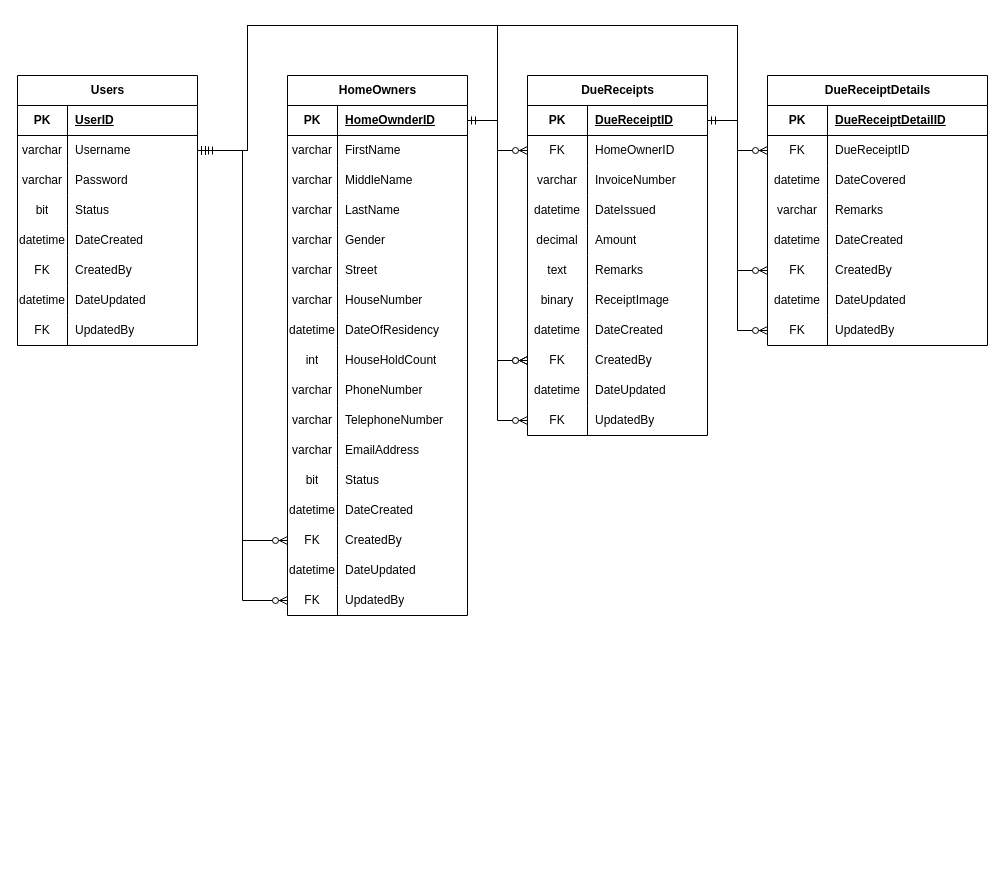
Above: ERD/Favihomas ERD.drawio in tatercodes/Favihomas (draw.io), before the change. Source tidied: cells renumbered, new cells numbered last; positions are measured from the earlier drawing's top-left corner, leaving out a move shared by most shapes. Both pictures are drawn from the tidied source at 100%, with x=0, y=0 at pixel (17, 25).
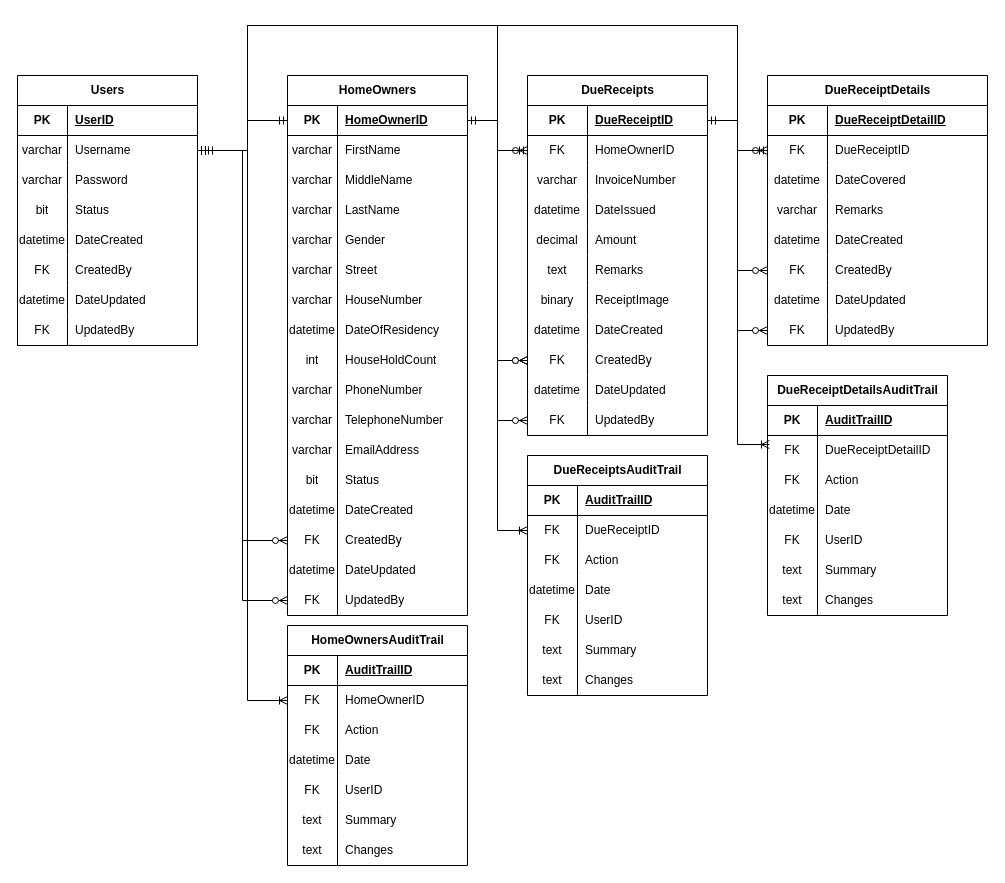
The same page after the edit.

Unchanged cells that the change refers to:
```xml
<mxCell id="3" style="shape=tableRow;horizontal=0;startSize=0;swimlaneHead=0;swimlaneBody=0;fillColor=none;points=[[0,0.5],[1,0.5]];portConstraint=eastwest;top=0;left=0;right=0;bottom=1;" parent="2" vertex="1">
  <mxGeometry y="30" width="180" height="30" as="geometry" />
</mxCell>
<mxCell id="58" style="shape=tableRow;horizontal=0;startSize=0;swimlaneHead=0;swimlaneBody=0;fillColor=none;points=[[0,0.5],[1,0.5]];portConstraint=eastwest;top=0;left=0;right=0;bottom=0;" parent="54" vertex="1">
  <mxGeometry y="60" width="180" height="30" as="geometry" />
</mxCell>
<mxCell id="92" style="shape=tableRow;horizontal=0;startSize=0;swimlaneHead=0;swimlaneBody=0;fillColor=none;points=[[0,0.5],[1,0.5]];portConstraint=eastwest;top=0;left=0;right=0;bottom=0;" parent="88" vertex="1">
  <mxGeometry y="60" width="220" height="30" as="geometry" />
</mxCell>
```

The edit, as a diff of the source:
```diff
@@
-    <mxCell id="5" value="HomeOwnderID" style="shape=partialRectangle;fillColor=none;top=0;left=0;bottom=0;right=0;align=left;spacingLeft=6;fontStyle=5;overflow=hidden;whiteSpace=wrap;html=1;" parent="3" vertex="1">
+    <mxCell id="5" value="HomeOwnerID" style="shape=partialRectangle;fillColor=none;top=0;left=0;bottom=0;right=0;align=left;spacingLeft=6;fontStyle=5;overflow=hidden;whiteSpace=wrap;html=1;" parent="3" vertex="1">
       <mxGeometry x="50" width="130" height="30" as="geometry" />
     </mxCell>
@@
+    <mxCell id="147" value="HomeOwnersAuditTrail" style="shape=table;startSize=30;childLayout=tableLayout;rowLines=0;fontStyle=1;align=center;html=1;" parent="1" vertex="1">
+      <mxGeometry x="270" y="600" width="180" height="240" as="geometry" />
+    </mxCell>
+    <mxCell id="148" style="shape=tableRow;horizontal=0;startSize=0;swimlaneHead=0;swimlaneBody=0;fillColor=none;top=0;left=0;right=0;bottom=1;" parent="147" vertex="1">
+      <mxGeometry y="30" width="180" height="30" as="geometry" />
+    </mxCell>
+    <mxCell id="149" value="PK" style="shape=partialRectangle;fillColor=none;top=0;left=0;bottom=0;right=0;fontStyle=1;overflow=hidden;whiteSpace=wrap;html=1;" parent="148" vertex="1">
+      <mxGeometry width="50" height="30" as="geometry" />
+    </mxCell>
+    <mxCell id="150" value="AuditTrailID" style="shape=partialRectangle;fillColor=none;top=0;left=0;bottom=0;right=0;align=left;spacingLeft=6;fontStyle=5;overflow=hidden;whiteSpace=wrap;html=1;" parent="148" vertex="1">
+      <mxGeometry x="50" width="130" height="30" as="geometry" />
+    </mxCell>
+    <mxCell id="151" style="shape=tableRow;horizontal=0;startSize=0;swimlaneHead=0;swimlaneBody=0;fillColor=none;points=[[0,0.5],[1,0.5]];portConstraint=eastwest;top=0;left=0;right=0;bottom=0;" parent="147" vertex="1">
+      <mxGeometry y="60" width="180" height="30" as="geometry" />
+    </mxCell>
+    <mxCell id="152" value="FK" style="shape=partialRectangle;fillColor=none;top=0;left=0;bottom=0;right=0;overflow=hidden;whiteSpace=wrap;html=1;" parent="151" vertex="1">
+      <mxGeometry width="50" height="30" as="geometry" />
+    </mxCell>
+    <mxCell id="153" value="HomeOwnerID" style="shape=partialRectangle;fillColor=none;top=0;left=0;bottom=0;right=0;align=left;spacingLeft=6;overflow=hidden;whiteSpace=wrap;html=1;" parent="151" vertex="1">
+      <mxGeometry x="50" width="130" height="30" as="geometry" />
+    </mxCell>
+    <mxCell id="154" style="shape=tableRow;horizontal=0;startSize=0;swimlaneHead=0;swimlaneBody=0;fillColor=none;top=0;left=0;right=0;bottom=0;" parent="147" vertex="1">
+      <mxGeometry y="90" width="180" height="30" as="geometry" />
+    </mxCell>
+    <mxCell id="155" value="FK" style="shape=partialRectangle;fillColor=none;top=0;left=0;bottom=0;right=0;overflow=hidden;whiteSpace=wrap;html=1;" parent="154" vertex="1">
+      <mxGeometry width="50" height="30" as="geometry" />
+    </mxCell>
+    <mxCell id="156" value="Action" style="shape=partialRectangle;fillColor=none;top=0;left=0;bottom=0;right=0;align=left;spacingLeft=6;overflow=hidden;whiteSpace=wrap;html=1;" parent="154" vertex="1">
+      <mxGeometry x="50" width="130" height="30" as="geometry" />
+    </mxCell>
+    <mxCell id="157" style="shape=tableRow;horizontal=0;startSize=0;swimlaneHead=0;swimlaneBody=0;fillColor=none;top=0;left=0;right=0;bottom=0;" parent="147" vertex="1">
+      <mxGeometry y="120" width="180" height="30" as="geometry" />
+    </mxCell>
+    <mxCell id="158" value="datetime" style="shape=partialRectangle;fillColor=none;top=0;left=0;bottom=0;right=0;overflow=hidden;whiteSpace=wrap;html=1;" parent="157" vertex="1">
+      <mxGeometry width="50" height="30" as="geometry" />
+    </mxCell>
+    <mxCell id="159" value="Date" style="shape=partialRectangle;fillColor=none;top=0;left=0;bottom=0;right=0;align=left;spacingLeft=6;overflow=hidden;whiteSpace=wrap;html=1;" parent="157" vertex="1">
+      <mxGeometry x="50" width="130" height="30" as="geometry" />
+    </mxCell>
+    <mxCell id="160" style="shape=tableRow;horizontal=0;startSize=0;swimlaneHead=0;swimlaneBody=0;fillColor=none;top=0;left=0;right=0;bottom=0;" parent="147" vertex="1">
+      <mxGeometry y="150" width="180" height="30" as="geometry" />
+    </mxCell>
+    <mxCell id="161" value="FK" style="shape=partialRectangle;fillColor=none;top=0;left=0;bottom=0;right=0;overflow=hidden;whiteSpace=wrap;html=1;" parent="160" vertex="1">
+      <mxGeometry width="50" height="30" as="geometry" />
+    </mxCell>
+    <mxCell id="162" value="UserID" style="shape=partialRectangle;fillColor=none;top=0;left=0;bottom=0;right=0;align=left;spacingLeft=6;overflow=hidden;whiteSpace=wrap;html=1;" parent="160" vertex="1">
+      <mxGeometry x="50" width="130" height="30" as="geometry" />
+    </mxCell>
+    <mxCell id="163" style="shape=tableRow;horizontal=0;startSize=0;swimlaneHead=0;swimlaneBody=0;fillColor=none;top=0;left=0;right=0;bottom=0;" parent="147" vertex="1">
+      <mxGeometry y="180" width="180" height="30" as="geometry" />
+    </mxCell>
+    <mxCell id="164" value="text" style="shape=partialRectangle;fillColor=none;top=0;left=0;bottom=0;right=0;overflow=hidden;whiteSpace=wrap;html=1;" parent="163" vertex="1">
+      <mxGeometry width="50" height="30" as="geometry" />
+    </mxCell>
+    <mxCell id="165" value="Summary" style="shape=partialRectangle;fillColor=none;top=0;left=0;bottom=0;right=0;align=left;spacingLeft=6;overflow=hidden;whiteSpace=wrap;html=1;" parent="163" vertex="1">
+      <mxGeometry x="50" width="130" height="30" as="geometry" />
+    </mxCell>
+    <mxCell id="166" style="shape=tableRow;horizontal=0;startSize=0;swimlaneHead=0;swimlaneBody=0;fillColor=none;top=0;left=0;right=0;bottom=0;" parent="147" vertex="1">
+      <mxGeometry y="210" width="180" height="30" as="geometry" />
+    </mxCell>
+    <mxCell id="167" value="text" style="shape=partialRectangle;fillColor=none;top=0;left=0;bottom=0;right=0;overflow=hidden;whiteSpace=wrap;html=1;" parent="166" vertex="1">
+      <mxGeometry width="50" height="30" as="geometry" />
+    </mxCell>
+    <mxCell id="168" value="Changes" style="shape=partialRectangle;fillColor=none;top=0;left=0;bottom=0;right=0;align=left;spacingLeft=6;overflow=hidden;whiteSpace=wrap;html=1;" parent="166" vertex="1">
+      <mxGeometry x="50" width="130" height="30" as="geometry" />
+    </mxCell>
+    <mxCell id="169" value="DueReceiptsAuditTrail" style="shape=table;startSize=30;childLayout=tableLayout;rowLines=0;fontStyle=1;align=center;html=1;" parent="1" vertex="1">
+      <mxGeometry x="510" y="430" width="180" height="240" as="geometry" />
+    </mxCell>
+    <mxCell id="170" style="shape=tableRow;horizontal=0;startSize=0;swimlaneHead=0;swimlaneBody=0;fillColor=none;top=0;left=0;right=0;bottom=1;" parent="169" vertex="1">
+      <mxGeometry y="30" width="180" height="30" as="geometry" />
+    </mxCell>
+    <mxCell id="171" value="PK" style="shape=partialRectangle;fillColor=none;top=0;left=0;bottom=0;right=0;fontStyle=1;overflow=hidden;whiteSpace=wrap;html=1;" parent="170" vertex="1">
+      <mxGeometry width="50" height="30" as="geometry" />
+    </mxCell>
+    <mxCell id="172" value="AuditTrailID" style="shape=partialRectangle;fillColor=none;top=0;left=0;bottom=0;right=0;align=left;spacingLeft=6;fontStyle=5;overflow=hidden;whiteSpace=wrap;html=1;" parent="170" vertex="1">
+      <mxGeometry x="50" width="130" height="30" as="geometry" />
+    </mxCell>
+    <mxCell id="173" style="shape=tableRow;horizontal=0;startSize=0;swimlaneHead=0;swimlaneBody=0;fillColor=none;points=[[0,0.5],[1,0.5]];portConstraint=eastwest;top=0;left=0;right=0;bottom=0;" parent="169" vertex="1">
+      <mxGeometry y="60" width="180" height="30" as="geometry" />
+    </mxCell>
+    <mxCell id="174" value="FK" style="shape=partialRectangle;fillColor=none;top=0;left=0;bottom=0;right=0;overflow=hidden;whiteSpace=wrap;html=1;" parent="173" vertex="1">
+      <mxGeometry width="50" height="30" as="geometry" />
+    </mxCell>
+    <mxCell id="175" value="DueReceiptID" style="shape=partialRectangle;fillColor=none;top=0;left=0;bottom=0;right=0;align=left;spacingLeft=6;overflow=hidden;whiteSpace=wrap;html=1;" parent="173" vertex="1">
+      <mxGeometry x="50" width="130" height="30" as="geometry" />
+    </mxCell>
+    <mxCell id="176" style="shape=tableRow;horizontal=0;startSize=0;swimlaneHead=0;swimlaneBody=0;fillColor=none;top=0;left=0;right=0;bottom=0;" parent="169" vertex="1">
+      <mxGeometry y="90" width="180" height="30" as="geometry" />
+    </mxCell>
+    <mxCell id="177" value="FK" style="shape=partialRectangle;fillColor=none;top=0;left=0;bottom=0;right=0;overflow=hidden;whiteSpace=wrap;html=1;" parent="176" vertex="1">
+      <mxGeometry width="50" height="30" as="geometry" />
+    </mxCell>
+    <mxCell id="178" value="Action" style="shape=partialRectangle;fillColor=none;top=0;left=0;bottom=0;right=0;align=left;spacingLeft=6;overflow=hidden;whiteSpace=wrap;html=1;" parent="176" vertex="1">
+      <mxGeometry x="50" width="130" height="30" as="geometry" />
+    </mxCell>
+    <mxCell id="179" style="shape=tableRow;horizontal=0;startSize=0;swimlaneHead=0;swimlaneBody=0;fillColor=none;top=0;left=0;right=0;bottom=0;" parent="169" vertex="1">
+      <mxGeometry y="120" width="180" height="30" as="geometry" />
+    </mxCell>
+    <mxCell id="180" value="datetime" style="shape=partialRectangle;fillColor=none;top=0;left=0;bottom=0;right=0;overflow=hidden;whiteSpace=wrap;html=1;" parent="179" vertex="1">
+      <mxGeometry width="50" height="30" as="geometry" />
+    </mxCell>
+    <mxCell id="181" value="Date" style="shape=partialRectangle;fillColor=none;top=0;left=0;bottom=0;right=0;align=left;spacingLeft=6;overflow=hidden;whiteSpace=wrap;html=1;" parent="179" vertex="1">
+      <mxGeometry x="50" width="130" height="30" as="geometry" />
+    </mxCell>
+    <mxCell id="182" style="shape=tableRow;horizontal=0;startSize=0;swimlaneHead=0;swimlaneBody=0;fillColor=none;top=0;left=0;right=0;bottom=0;" parent="169" vertex="1">
+      <mxGeometry y="150" width="180" height="30" as="geometry" />
+    </mxCell>
+    <mxCell id="183" value="FK" style="shape=partialRectangle;fillColor=none;top=0;left=0;bottom=0;right=0;overflow=hidden;whiteSpace=wrap;html=1;" parent="182" vertex="1">
+      <mxGeometry width="50" height="30" as="geometry" />
+    </mxCell>
+    <mxCell id="184" value="UserID" style="shape=partialRectangle;fillColor=none;top=0;left=0;bottom=0;right=0;align=left;spacingLeft=6;overflow=hidden;whiteSpace=wrap;html=1;" parent="182" vertex="1">
+      <mxGeometry x="50" width="130" height="30" as="geometry" />
+    </mxCell>
+    <mxCell id="185" style="shape=tableRow;horizontal=0;startSize=0;swimlaneHead=0;swimlaneBody=0;fillColor=none;top=0;left=0;right=0;bottom=0;" parent="169" vertex="1">
+      <mxGeometry y="180" width="180" height="30" as="geometry" />
+    </mxCell>
+    <mxCell id="186" value="text" style="shape=partialRectangle;fillColor=none;top=0;left=0;bottom=0;right=0;overflow=hidden;whiteSpace=wrap;html=1;" parent="185" vertex="1">
+      <mxGeometry width="50" height="30" as="geometry" />
+    </mxCell>
+    <mxCell id="187" value="Summary" style="shape=partialRectangle;fillColor=none;top=0;left=0;bottom=0;right=0;align=left;spacingLeft=6;overflow=hidden;whiteSpace=wrap;html=1;" parent="185" vertex="1">
+      <mxGeometry x="50" width="130" height="30" as="geometry" />
+    </mxCell>
+    <mxCell id="188" style="shape=tableRow;horizontal=0;startSize=0;swimlaneHead=0;swimlaneBody=0;fillColor=none;top=0;left=0;right=0;bottom=0;" parent="169" vertex="1">
+      <mxGeometry y="210" width="180" height="30" as="geometry" />
+    </mxCell>
+    <mxCell id="189" value="text" style="shape=partialRectangle;fillColor=none;top=0;left=0;bottom=0;right=0;overflow=hidden;whiteSpace=wrap;html=1;" parent="188" vertex="1">
+      <mxGeometry width="50" height="30" as="geometry" />
+    </mxCell>
+    <mxCell id="190" value="Changes" style="shape=partialRectangle;fillColor=none;top=0;left=0;bottom=0;right=0;align=left;spacingLeft=6;overflow=hidden;whiteSpace=wrap;html=1;" parent="188" vertex="1">
+      <mxGeometry x="50" width="130" height="30" as="geometry" />
+    </mxCell>
+    <mxCell id="191" style="edgeStyle=orthogonalEdgeStyle;fontSize=12;html=1;endArrow=ERoneToMany;startArrow=ERmandOne;rounded=0;exitX=0;exitY=0.5;exitDx=0;exitDy=0;entryX=0;entryY=0.5;entryDx=0;entryDy=0;" parent="1" edge="1" source="3" target="151">
+      <mxGeometry relative="1" as="geometry">
+        <Array as="points">
+          <mxPoint x="230" y="95" />
+          <mxPoint x="230" y="675" />
+        </Array>
+      </mxGeometry>
+    </mxCell>
+    <mxCell id="192" style="edgeStyle=orthogonalEdgeStyle;fontSize=12;html=1;endArrow=ERoneToMany;startArrow=ERmandOne;rounded=0;entryX=0;entryY=0.5;entryDx=0;entryDy=0;exitX=0;exitY=0.5;exitDx=0;exitDy=0;" parent="1" edge="1" source="58" target="173">
+      <mxGeometry relative="1" as="geometry">
+        <Array as="points">
+          <mxPoint x="480" y="125" />
+          <mxPoint x="480" y="505" />
+        </Array>
+      </mxGeometry>
+    </mxCell>
+    <mxCell id="193" value="DueReceiptDetailsAuditTrail" style="shape=table;startSize=30;childLayout=tableLayout;rowLines=0;fontStyle=1;align=center;html=1;" parent="1" vertex="1">
+      <mxGeometry x="750" y="350" width="180" height="240" as="geometry" />
+    </mxCell>
+    <mxCell id="194" style="shape=tableRow;horizontal=0;startSize=0;swimlaneHead=0;swimlaneBody=0;fillColor=none;top=0;left=0;right=0;bottom=1;" parent="193" vertex="1">
+      <mxGeometry y="30" width="180" height="30" as="geometry" />
+    </mxCell>
+    <mxCell id="195" value="PK" style="shape=partialRectangle;fillColor=none;top=0;left=0;bottom=0;right=0;fontStyle=1;overflow=hidden;whiteSpace=wrap;html=1;" parent="194" vertex="1">
+      <mxGeometry width="50" height="30" as="geometry" />
+    </mxCell>
+    <mxCell id="196" value="AuditTrailID" style="shape=partialRectangle;fillColor=none;top=0;left=0;bottom=0;right=0;align=left;spacingLeft=6;fontStyle=5;overflow=hidden;whiteSpace=wrap;html=1;" parent="194" vertex="1">
+      <mxGeometry x="50" width="130" height="30" as="geometry" />
+    </mxCell>
+    <mxCell id="197" style="shape=tableRow;horizontal=0;startSize=0;swimlaneHead=0;swimlaneBody=0;fillColor=none;points=[[0,0.5],[1,0.5]];portConstraint=eastwest;top=0;left=0;right=0;bottom=0;" parent="193" vertex="1">
+      <mxGeometry y="60" width="180" height="30" as="geometry" />
+    </mxCell>
+    <mxCell id="198" value="FK" style="shape=partialRectangle;fillColor=none;top=0;left=0;bottom=0;right=0;overflow=hidden;whiteSpace=wrap;html=1;" parent="197" vertex="1">
+      <mxGeometry width="50" height="30" as="geometry" />
+    </mxCell>
+    <mxCell id="199" value="DueReceiptDetailID" style="shape=partialRectangle;fillColor=none;top=0;left=0;bottom=0;right=0;align=left;spacingLeft=6;overflow=hidden;whiteSpace=wrap;html=1;" parent="197" vertex="1">
+      <mxGeometry x="50" width="130" height="30" as="geometry" />
+    </mxCell>
+    <mxCell id="200" style="shape=tableRow;horizontal=0;startSize=0;swimlaneHead=0;swimlaneBody=0;fillColor=none;top=0;left=0;right=0;bottom=0;" parent="193" vertex="1">
+      <mxGeometry y="90" width="180" height="30" as="geometry" />
+    </mxCell>
+    <mxCell id="201" value="FK" style="shape=partialRectangle;fillColor=none;top=0;left=0;bottom=0;right=0;overflow=hidden;whiteSpace=wrap;html=1;" parent="200" vertex="1">
+      <mxGeometry width="50" height="30" as="geometry" />
+    </mxCell>
+    <mxCell id="202" value="Action" style="shape=partialRectangle;fillColor=none;top=0;left=0;bottom=0;right=0;align=left;spacingLeft=6;overflow=hidden;whiteSpace=wrap;html=1;" parent="200" vertex="1">
+      <mxGeometry x="50" width="130" height="30" as="geometry" />
+    </mxCell>
+    <mxCell id="203" style="shape=tableRow;horizontal=0;startSize=0;swimlaneHead=0;swimlaneBody=0;fillColor=none;top=0;left=0;right=0;bottom=0;" parent="193" vertex="1">
+      <mxGeometry y="120" width="180" height="30" as="geometry" />
+    </mxCell>
+    <mxCell id="204" value="datetime" style="shape=partialRectangle;fillColor=none;top=0;left=0;bottom=0;right=0;overflow=hidden;whiteSpace=wrap;html=1;" parent="203" vertex="1">
+      <mxGeometry width="50" height="30" as="geometry" />
+    </mxCell>
+    <mxCell id="205" value="Date" style="shape=partialRectangle;fillColor=none;top=0;left=0;bottom=0;right=0;align=left;spacingLeft=6;overflow=hidden;whiteSpace=wrap;html=1;" parent="203" vertex="1">
+      <mxGeometry x="50" width="130" height="30" as="geometry" />
+    </mxCell>
+    <mxCell id="206" style="shape=tableRow;horizontal=0;startSize=0;swimlaneHead=0;swimlaneBody=0;fillColor=none;top=0;left=0;right=0;bottom=0;" parent="193" vertex="1">
+      <mxGeometry y="150" width="180" height="30" as="geometry" />
+    </mxCell>
+    <mxCell id="207" value="FK" style="shape=partialRectangle;fillColor=none;top=0;left=0;bottom=0;right=0;overflow=hidden;whiteSpace=wrap;html=1;" parent="206" vertex="1">
+      <mxGeometry width="50" height="30" as="geometry" />
+    </mxCell>
+    <mxCell id="208" value="UserID" style="shape=partialRectangle;fillColor=none;top=0;left=0;bottom=0;right=0;align=left;spacingLeft=6;overflow=hidden;whiteSpace=wrap;html=1;" parent="206" vertex="1">
+      <mxGeometry x="50" width="130" height="30" as="geometry" />
+    </mxCell>
+    <mxCell id="209" style="shape=tableRow;horizontal=0;startSize=0;swimlaneHead=0;swimlaneBody=0;fillColor=none;top=0;left=0;right=0;bottom=0;" parent="193" vertex="1">
+      <mxGeometry y="180" width="180" height="30" as="geometry" />
+    </mxCell>
+    <mxCell id="210" value="text" style="shape=partialRectangle;fillColor=none;top=0;left=0;bottom=0;right=0;overflow=hidden;whiteSpace=wrap;html=1;" parent="209" vertex="1">
+      <mxGeometry width="50" height="30" as="geometry" />
+    </mxCell>
+    <mxCell id="211" value="Summary" style="shape=partialRectangle;fillColor=none;top=0;left=0;bottom=0;right=0;align=left;spacingLeft=6;overflow=hidden;whiteSpace=wrap;html=1;" parent="209" vertex="1">
+      <mxGeometry x="50" width="130" height="30" as="geometry" />
+    </mxCell>
+    <mxCell id="212" style="shape=tableRow;horizontal=0;startSize=0;swimlaneHead=0;swimlaneBody=0;fillColor=none;top=0;left=0;right=0;bottom=0;" parent="193" vertex="1">
+      <mxGeometry y="210" width="180" height="30" as="geometry" />
+    </mxCell>
+    <mxCell id="213" value="text" style="shape=partialRectangle;fillColor=none;top=0;left=0;bottom=0;right=0;overflow=hidden;whiteSpace=wrap;html=1;" parent="212" vertex="1">
+      <mxGeometry width="50" height="30" as="geometry" />
+    </mxCell>
+    <mxCell id="214" value="Changes" style="shape=partialRectangle;fillColor=none;top=0;left=0;bottom=0;right=0;align=left;spacingLeft=6;overflow=hidden;whiteSpace=wrap;html=1;" parent="212" vertex="1">
+      <mxGeometry x="50" width="130" height="30" as="geometry" />
+    </mxCell>
+    <mxCell id="215" style="edgeStyle=orthogonalEdgeStyle;fontSize=12;html=1;endArrow=ERoneToMany;startArrow=ERmandOne;rounded=0;exitX=0;exitY=0.5;exitDx=0;exitDy=0;entryX=0.011;entryY=0.3;entryDx=0;entryDy=0;entryPerimeter=0;" parent="1" edge="1" source="92" target="197">
+      <mxGeometry relative="1" as="geometry">
+        <Array as="points">
+          <mxPoint x="720" y="125" />
+          <mxPoint x="720" y="419" />
+        </Array>
+      </mxGeometry>
+    </mxCell>
```
